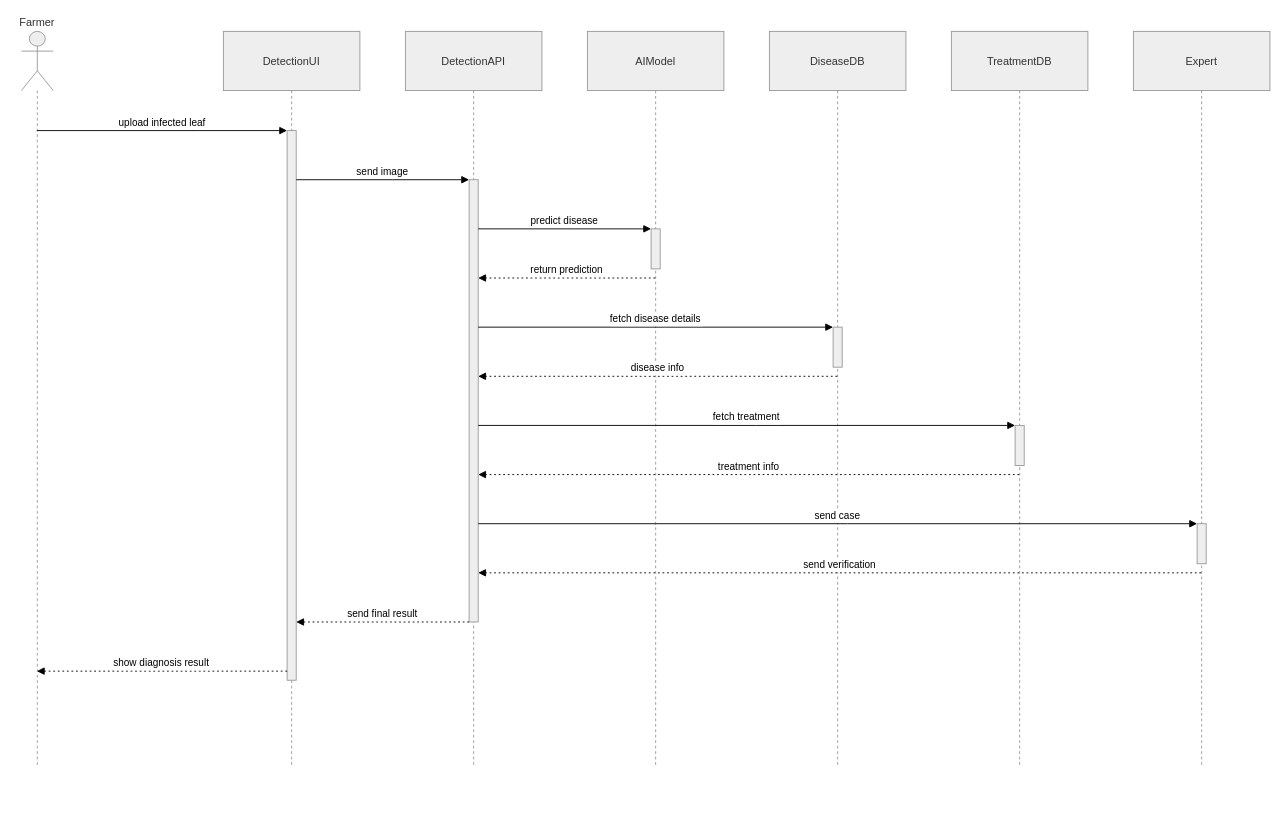
bidur7745/Drawio-Files keeps this draw.io diagram as final/Sequence Diagram — Disease Detection & Expert Verification.drawio. Above is the earlier version. Source tidied: cells renumbered, new cells numbered last; positions are measured from the earlier drawing's top-left corner, leaving out a move shared by most shapes. Both pictures are drawn from the tidied source at 91%, with x=0, y=0 at pixel (21, 31).
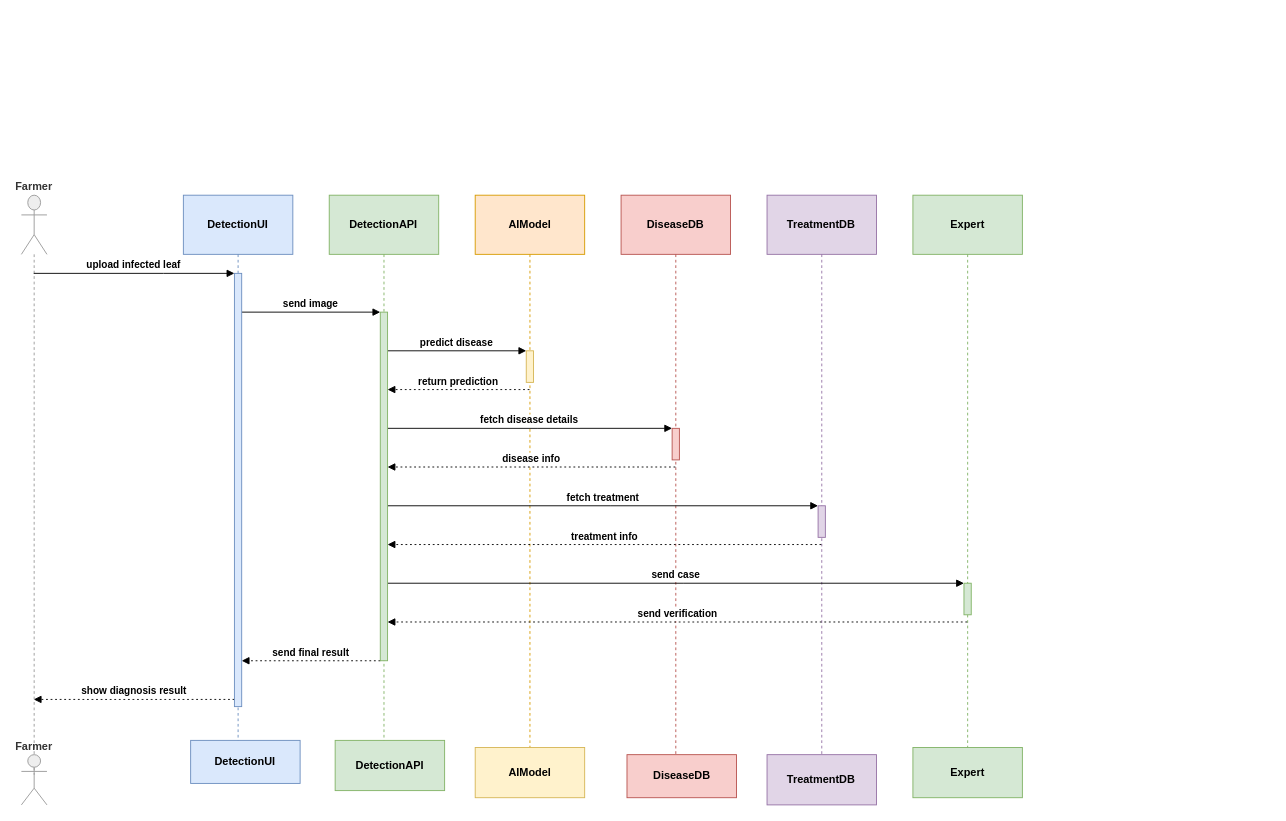
Above is the later version.

Diff of the diagram source:
```diff
@@
+    <mxCell id="27" style="group;" parent="1" vertex="1">
+      <mxGeometry y="180" width="1100" height="670" as="geometry" />
+    </mxCell>
-    <mxCell id="2" value="Farmer" style="shape=umlLifeline;perimeter=lifelinePerimeter;whiteSpace=wrap;outlineConnect=0;portConstraint=eastwest;newEdgeStyle={&quot;edgeStyle&quot;:&quot;elbowEdgeStyle&quot;,&quot;elbow&quot;:&quot;vertical&quot;,&quot;curved&quot;:0,&quot;rounded&quot;:0};participant=umlActor;verticalAlign=bottom;labelPosition=center;verticalLabelPosition=top;align=center;size=65;fillColor=light-dark(#eeeeee,#1f2020);strokeColor=light-dark(#999999,#cccccc);fontColor=light-dark(#333333,#cccccc);" parent="1" vertex="1">
-      <mxGeometry width="35" height="808" as="geometry" />
+    <mxCell id="2" value="Farmer" style="shape=umlLifeline;perimeter=lifelinePerimeter;whiteSpace=wrap;outlineConnect=0;portConstraint=eastwest;newEdgeStyle={&quot;edgeStyle&quot;:&quot;elbowEdgeStyle&quot;,&quot;elbow&quot;:&quot;vertical&quot;,&quot;curved&quot;:0,&quot;rounded&quot;:0};participant=umlActor;verticalAlign=bottom;labelPosition=center;verticalLabelPosition=top;align=center;size=65;fillColor=light-dark(#eeeeee,#1f2020);strokeColor=light-dark(#999999,#cccccc);fontColor=light-dark(#333333,#cccccc);fontStyle=1;" parent="27" vertex="1">
+      <mxGeometry width="28.1" height="636.9" as="geometry" />
     </mxCell>
-    <mxCell id="3" value="DetectionUI" style="shape=umlLifeline;perimeter=lifelinePerimeter;whiteSpace=wrap;newEdgeStyle={&quot;edgeStyle&quot;:&quot;elbowEdgeStyle&quot;,&quot;elbow&quot;:&quot;vertical&quot;,&quot;curved&quot;:0,&quot;rounded&quot;:0};size=65;fillColor=light-dark(#eeeeee,#1f2020);strokeColor=light-dark(#999999,#cccccc);fontColor=light-dark(#333333,#cccccc);" parent="1" vertex="1">
-      <mxGeometry x="222" width="150" height="808" as="geometry" />
-    </mxCell>
-    <mxCell id="4" style="points=[];perimeter=orthogonalPerimeter;outlineConnect=0;targetShapes=umlLifeline;portConstraint=eastwest;newEdgeStyle={&quot;edgeStyle&quot;:&quot;elbowEdgeStyle&quot;,&quot;elbow&quot;:&quot;vertical&quot;,&quot;curved&quot;:0,&quot;rounded&quot;:0};fillColor=light-dark(#eeeeee,#1f2020);strokeColor=light-dark(#999999,#cccccc);fontColor=light-dark(#333333,#cccccc);" parent="3" vertex="1">
-      <mxGeometry x="70" y="109" width="10" height="604" as="geometry" />
-    </mxCell>
-    <mxCell id="5" value="DetectionAPI" style="shape=umlLifeline;perimeter=lifelinePerimeter;whiteSpace=wrap;newEdgeStyle={&quot;edgeStyle&quot;:&quot;elbowEdgeStyle&quot;,&quot;elbow&quot;:&quot;vertical&quot;,&quot;curved&quot;:0,&quot;rounded&quot;:0};size=65;fillColor=light-dark(#eeeeee,#1f2020);strokeColor=light-dark(#999999,#cccccc);fontColor=light-dark(#333333,#cccccc);" parent="1" vertex="1">
-      <mxGeometry x="422" width="150" height="808" as="geometry" />
-    </mxCell>
-    <mxCell id="6" style="points=[];perimeter=orthogonalPerimeter;outlineConnect=0;targetShapes=umlLifeline;portConstraint=eastwest;newEdgeStyle={&quot;edgeStyle&quot;:&quot;elbowEdgeStyle&quot;,&quot;elbow&quot;:&quot;vertical&quot;,&quot;curved&quot;:0,&quot;rounded&quot;:0};fillColor=light-dark(#eeeeee,#1f2020);strokeColor=light-dark(#999999,#cccccc);fontColor=light-dark(#333333,#cccccc);" parent="5" vertex="1">
-      <mxGeometry x="70" y="163" width="10" height="486" as="geometry" />
-    </mxCell>
-    <mxCell id="7" value="AIModel" style="shape=umlLifeline;perimeter=lifelinePerimeter;whiteSpace=wrap;outlineConnect=0;portConstraint=eastwest;newEdgeStyle={&quot;edgeStyle&quot;:&quot;elbowEdgeStyle&quot;,&quot;elbow&quot;:&quot;vertical&quot;,&quot;curved&quot;:0,&quot;rounded&quot;:0};size=65;fillColor=light-dark(#eeeeee,#1f2020);strokeColor=light-dark(#999999,#cccccc);fontColor=light-dark(#333333,#cccccc);" parent="1" vertex="1">
-      <mxGeometry x="622" width="150" height="808" as="geometry" />
+    <mxCell id="7" value="AIModel" style="shape=umlLifeline;perimeter=lifelinePerimeter;whiteSpace=wrap;outlineConnect=0;portConstraint=eastwest;newEdgeStyle={&quot;edgeStyle&quot;:&quot;elbowEdgeStyle&quot;,&quot;elbow&quot;:&quot;vertical&quot;,&quot;curved&quot;:0,&quot;rounded&quot;:0};size=65;fillColor=#ffe6cc;strokeColor=#d79b00;fontStyle=1;" parent="27" vertex="1">
+      <mxGeometry x="498.7" width="120.3" height="636.9" as="geometry" />
     </mxCell>
-    <mxCell id="8" style="points=[];perimeter=orthogonalPerimeter;outlineConnect=0;targetShapes=umlLifeline;portConstraint=eastwest;newEdgeStyle={&quot;edgeStyle&quot;:&quot;elbowEdgeStyle&quot;,&quot;elbow&quot;:&quot;vertical&quot;,&quot;curved&quot;:0,&quot;rounded&quot;:0};fillColor=light-dark(#eeeeee,#1f2020);strokeColor=light-dark(#999999,#cccccc);fontColor=light-dark(#333333,#cccccc);" parent="7" vertex="1">
-      <mxGeometry x="70" y="217" width="10" height="44" as="geometry" />
+    <mxCell id="8" style="points=[];perimeter=orthogonalPerimeter;outlineConnect=0;targetShapes=umlLifeline;portConstraint=eastwest;newEdgeStyle={&quot;edgeStyle&quot;:&quot;elbowEdgeStyle&quot;,&quot;elbow&quot;:&quot;vertical&quot;,&quot;curved&quot;:0,&quot;rounded&quot;:0};fillColor=#fff2cc;strokeColor=#d6b656;fontStyle=1;" parent="7" vertex="1">
+      <mxGeometry x="56.1" y="171" width="8" height="34.7" as="geometry" />
     </mxCell>
-    <mxCell id="9" value="DiseaseDB" style="shape=umlLifeline;perimeter=lifelinePerimeter;whiteSpace=wrap;outlineConnect=0;portConstraint=eastwest;newEdgeStyle={&quot;edgeStyle&quot;:&quot;elbowEdgeStyle&quot;,&quot;elbow&quot;:&quot;vertical&quot;,&quot;curved&quot;:0,&quot;rounded&quot;:0};size=65;fillColor=light-dark(#eeeeee,#1f2020);strokeColor=light-dark(#999999,#cccccc);fontColor=light-dark(#333333,#cccccc);" parent="1" vertex="1">
-      <mxGeometry x="822" width="150" height="808" as="geometry" />
+    <mxCell id="9" value="DiseaseDB" style="shape=umlLifeline;perimeter=lifelinePerimeter;whiteSpace=wrap;outlineConnect=0;portConstraint=eastwest;newEdgeStyle={&quot;edgeStyle&quot;:&quot;elbowEdgeStyle&quot;,&quot;elbow&quot;:&quot;vertical&quot;,&quot;curved&quot;:0,&quot;rounded&quot;:0};size=65;fillColor=#f8cecc;strokeColor=#b85450;fontStyle=1;" parent="27" vertex="1">
+      <mxGeometry x="659" width="120.3" height="636.9" as="geometry" />
     </mxCell>
-    <mxCell id="10" style="points=[];perimeter=orthogonalPerimeter;outlineConnect=0;targetShapes=umlLifeline;portConstraint=eastwest;newEdgeStyle={&quot;edgeStyle&quot;:&quot;elbowEdgeStyle&quot;,&quot;elbow&quot;:&quot;vertical&quot;,&quot;curved&quot;:0,&quot;rounded&quot;:0};fillColor=light-dark(#eeeeee,#1f2020);strokeColor=light-dark(#999999,#cccccc);fontColor=light-dark(#333333,#cccccc);" parent="9" vertex="1">
-      <mxGeometry x="70" y="325" width="10" height="44" as="geometry" />
+    <mxCell id="10" style="points=[];perimeter=orthogonalPerimeter;outlineConnect=0;targetShapes=umlLifeline;portConstraint=eastwest;newEdgeStyle={&quot;edgeStyle&quot;:&quot;elbowEdgeStyle&quot;,&quot;elbow&quot;:&quot;vertical&quot;,&quot;curved&quot;:0,&quot;rounded&quot;:0};fillColor=#f8cecc;strokeColor=#b85450;fontStyle=1;" parent="9" vertex="1">
+      <mxGeometry x="56.1" y="256.2" width="8" height="34.7" as="geometry" />
     </mxCell>
-    <mxCell id="11" value="TreatmentDB" style="shape=umlLifeline;perimeter=lifelinePerimeter;whiteSpace=wrap;outlineConnect=0;portConstraint=eastwest;newEdgeStyle={&quot;edgeStyle&quot;:&quot;elbowEdgeStyle&quot;,&quot;elbow&quot;:&quot;vertical&quot;,&quot;curved&quot;:0,&quot;rounded&quot;:0};size=65;fillColor=light-dark(#eeeeee,#1f2020);strokeColor=light-dark(#999999,#cccccc);fontColor=light-dark(#333333,#cccccc);" parent="1" vertex="1">
-      <mxGeometry x="1022" width="150" height="808" as="geometry" />
+    <mxCell id="11" value="TreatmentDB" style="shape=umlLifeline;perimeter=lifelinePerimeter;whiteSpace=wrap;outlineConnect=0;portConstraint=eastwest;newEdgeStyle={&quot;edgeStyle&quot;:&quot;elbowEdgeStyle&quot;,&quot;elbow&quot;:&quot;vertical&quot;,&quot;curved&quot;:0,&quot;rounded&quot;:0};size=65;fillColor=#e1d5e7;strokeColor=#9673a6;fontStyle=1;" parent="27" vertex="1">
+      <mxGeometry x="819.4" width="120.3" height="636.9" as="geometry" />
     </mxCell>
-    <mxCell id="12" style="points=[];perimeter=orthogonalPerimeter;outlineConnect=0;targetShapes=umlLifeline;portConstraint=eastwest;newEdgeStyle={&quot;edgeStyle&quot;:&quot;elbowEdgeStyle&quot;,&quot;elbow&quot;:&quot;vertical&quot;,&quot;curved&quot;:0,&quot;rounded&quot;:0};fillColor=light-dark(#eeeeee,#1f2020);strokeColor=light-dark(#999999,#cccccc);fontColor=light-dark(#333333,#cccccc);" parent="11" vertex="1">
-      <mxGeometry x="70" y="433" width="10" height="44" as="geometry" />
+    <mxCell id="12" style="points=[];perimeter=orthogonalPerimeter;outlineConnect=0;targetShapes=umlLifeline;portConstraint=eastwest;newEdgeStyle={&quot;edgeStyle&quot;:&quot;elbowEdgeStyle&quot;,&quot;elbow&quot;:&quot;vertical&quot;,&quot;curved&quot;:0,&quot;rounded&quot;:0};fillColor=#e1d5e7;strokeColor=#9673a6;fontStyle=1;" parent="11" vertex="1">
+      <mxGeometry x="56.1" y="341.3" width="8" height="34.7" as="geometry" />
     </mxCell>
-    <mxCell id="13" value="Expert" style="shape=umlLifeline;perimeter=lifelinePerimeter;whiteSpace=wrap;outlineConnect=0;portConstraint=eastwest;newEdgeStyle={&quot;edgeStyle&quot;:&quot;elbowEdgeStyle&quot;,&quot;elbow&quot;:&quot;vertical&quot;,&quot;curved&quot;:0,&quot;rounded&quot;:0};size=65;fillColor=light-dark(#eeeeee,#1f2020);strokeColor=light-dark(#999999,#cccccc);fontColor=light-dark(#333333,#cccccc);" parent="1" vertex="1">
-      <mxGeometry x="1222" width="150" height="808" as="geometry" />
+    <mxCell id="13" value="Expert" style="shape=umlLifeline;perimeter=lifelinePerimeter;whiteSpace=wrap;outlineConnect=0;portConstraint=eastwest;newEdgeStyle={&quot;edgeStyle&quot;:&quot;elbowEdgeStyle&quot;,&quot;elbow&quot;:&quot;vertical&quot;,&quot;curved&quot;:0,&quot;rounded&quot;:0};size=65;fillColor=#d5e8d4;strokeColor=#82b366;fontStyle=1;" parent="27" vertex="1">
+      <mxGeometry x="979.7" width="120.3" height="636.9" as="geometry" />
     </mxCell>
-    <mxCell id="14" style="points=[];perimeter=orthogonalPerimeter;outlineConnect=0;targetShapes=umlLifeline;portConstraint=eastwest;newEdgeStyle={&quot;edgeStyle&quot;:&quot;elbowEdgeStyle&quot;,&quot;elbow&quot;:&quot;vertical&quot;,&quot;curved&quot;:0,&quot;rounded&quot;:0};fillColor=light-dark(#eeeeee,#1f2020);strokeColor=light-dark(#999999,#cccccc);fontColor=light-dark(#333333,#cccccc);" parent="13" vertex="1">
-      <mxGeometry x="70" y="541" width="10" height="44" as="geometry" />
+    <mxCell id="14" style="points=[];perimeter=orthogonalPerimeter;outlineConnect=0;targetShapes=umlLifeline;portConstraint=eastwest;newEdgeStyle={&quot;edgeStyle&quot;:&quot;elbowEdgeStyle&quot;,&quot;elbow&quot;:&quot;vertical&quot;,&quot;curved&quot;:0,&quot;rounded&quot;:0};fillColor=#d5e8d4;strokeColor=#82b366;fontStyle=1;" parent="13" vertex="1">
+      <mxGeometry x="56.1" y="426.4" width="8" height="34.7" as="geometry" />
     </mxCell>
-    <mxCell id="15" value="upload infected leaf" style="verticalAlign=bottom;edgeStyle=elbowEdgeStyle;elbow=vertical;curved=0;rounded=0;endArrow=block;" parent="1" edge="1" source="2" target="4">
+    <mxCell id="15" value="upload infected leaf" style="verticalAlign=bottom;edgeStyle=elbowEdgeStyle;elbow=vertical;curved=0;rounded=0;endArrow=block;fontStyle=1;" parent="27" edge="1" source="2" target="4">
       <mxGeometry relative="1" as="geometry">
         <Array as="points">
-          <mxPoint x="195" y="109" />
+          <mxPoint x="156.3" y="85.9" />
         </Array>
       </mxGeometry>
     </mxCell>
-    <mxCell id="16" value="send image" style="verticalAlign=bottom;edgeStyle=elbowEdgeStyle;elbow=vertical;curved=0;rounded=0;endArrow=block;" parent="1" edge="1" source="4" target="6">
+    <mxCell id="16" value="send image" style="verticalAlign=bottom;edgeStyle=elbowEdgeStyle;elbow=vertical;curved=0;rounded=0;endArrow=block;fontStyle=1;" parent="27" edge="1" source="4" target="6">
       <mxGeometry relative="1" as="geometry">
         <Array as="points">
-          <mxPoint x="408" y="163" />
+          <mxPoint x="327.1" y="128.5" />
         </Array>
       </mxGeometry>
     </mxCell>
-    <mxCell id="17" value="predict disease" style="verticalAlign=bottom;edgeStyle=elbowEdgeStyle;elbow=vertical;curved=0;rounded=0;endArrow=block;" parent="1" edge="1" source="6" target="8">
+    <mxCell id="17" value="predict disease" style="verticalAlign=bottom;edgeStyle=elbowEdgeStyle;elbow=vertical;curved=0;rounded=0;endArrow=block;fontStyle=1;" parent="27" edge="1" source="6" target="8">
       <mxGeometry relative="1" as="geometry">
         <Array as="points">
-          <mxPoint x="608" y="217" />
+          <mxPoint x="487.5" y="171" />
         </Array>
       </mxGeometry>
     </mxCell>
-    <mxCell id="18" value="return prediction" style="verticalAlign=bottom;edgeStyle=elbowEdgeStyle;elbow=vertical;curved=0;rounded=0;dashed=1;dashPattern=2 3;endArrow=block;" parent="1" edge="1" source="7" target="6">
+    <mxCell id="18" value="return prediction" style="verticalAlign=bottom;edgeStyle=elbowEdgeStyle;elbow=vertical;curved=0;rounded=0;dashed=1;dashPattern=2 3;endArrow=block;fontStyle=1;" parent="27" edge="1" source="7" target="6">
       <mxGeometry relative="1" as="geometry">
         <Array as="points">
-          <mxPoint x="609" y="271" />
+          <mxPoint x="488.3" y="213.6" />
         </Array>
       </mxGeometry>
     </mxCell>
-    <mxCell id="19" value="fetch disease details" style="verticalAlign=bottom;edgeStyle=elbowEdgeStyle;elbow=vertical;curved=0;rounded=0;endArrow=block;" parent="1" edge="1" source="6" target="10">
+    <mxCell id="19" value="fetch disease details" style="verticalAlign=bottom;edgeStyle=elbowEdgeStyle;elbow=vertical;curved=0;rounded=0;endArrow=block;fontStyle=1;" parent="27" edge="1" source="6" target="10">
       <mxGeometry relative="1" as="geometry">
         <Array as="points">
-          <mxPoint x="708" y="325" />
+          <mxPoint x="567.6" y="256.2" />
         </Array>
       </mxGeometry>
     </mxCell>
-    <mxCell id="20" value="disease info" style="verticalAlign=bottom;edgeStyle=elbowEdgeStyle;elbow=vertical;curved=0;rounded=0;dashed=1;dashPattern=2 3;endArrow=block;" parent="1" edge="1" source="9" target="6">
+    <mxCell id="20" value="disease info" style="verticalAlign=bottom;edgeStyle=elbowEdgeStyle;elbow=vertical;curved=0;rounded=0;dashed=1;dashPattern=2 3;endArrow=block;fontStyle=1;" parent="27" edge="1" source="9" target="6">
       <mxGeometry relative="1" as="geometry">
         <Array as="points">
-          <mxPoint x="709" y="379" />
+          <mxPoint x="568.4" y="298.7" />
         </Array>
       </mxGeometry>
     </mxCell>
-    <mxCell id="21" value="fetch treatment" style="verticalAlign=bottom;edgeStyle=elbowEdgeStyle;elbow=vertical;curved=0;rounded=0;endArrow=block;" parent="1" edge="1" source="6" target="12">
+    <mxCell id="21" value="fetch treatment" style="verticalAlign=bottom;edgeStyle=elbowEdgeStyle;elbow=vertical;curved=0;rounded=0;endArrow=block;fontStyle=1;" parent="27" edge="1" source="6" target="12">
       <mxGeometry relative="1" as="geometry">
         <Array as="points">
-          <mxPoint x="808" y="433" />
+          <mxPoint x="647.8" y="341.3" />
         </Array>
       </mxGeometry>
     </mxCell>
-    <mxCell id="22" value="treatment info" style="verticalAlign=bottom;edgeStyle=elbowEdgeStyle;elbow=vertical;curved=0;rounded=0;dashed=1;dashPattern=2 3;endArrow=block;" parent="1" edge="1" source="11" target="6">
+    <mxCell id="22" value="treatment info" style="verticalAlign=bottom;edgeStyle=elbowEdgeStyle;elbow=vertical;curved=0;rounded=0;dashed=1;dashPattern=2 3;endArrow=block;fontStyle=1;" parent="27" edge="1" source="11" target="6">
       <mxGeometry relative="1" as="geometry">
         <Array as="points">
-          <mxPoint x="809" y="487" />
+          <mxPoint x="648.6" y="383.9" />
         </Array>
       </mxGeometry>
     </mxCell>
-    <mxCell id="23" value="send case" style="verticalAlign=bottom;edgeStyle=elbowEdgeStyle;elbow=vertical;curved=0;rounded=0;endArrow=block;" parent="1" edge="1" source="6" target="14">
+    <mxCell id="23" value="send case" style="verticalAlign=bottom;edgeStyle=elbowEdgeStyle;elbow=vertical;curved=0;rounded=0;endArrow=block;fontStyle=1;" parent="27" edge="1" source="6" target="14">
       <mxGeometry relative="1" as="geometry">
         <Array as="points">
-          <mxPoint x="908" y="541" />
+          <mxPoint x="728" y="426.4" />
         </Array>
       </mxGeometry>
     </mxCell>
-    <mxCell id="24" value="send verification" style="verticalAlign=bottom;edgeStyle=elbowEdgeStyle;elbow=vertical;curved=0;rounded=0;dashed=1;dashPattern=2 3;endArrow=block;" parent="1" edge="1" source="13" target="6">
+    <mxCell id="24" value="send verification" style="verticalAlign=bottom;edgeStyle=elbowEdgeStyle;elbow=vertical;curved=0;rounded=0;dashed=1;dashPattern=2 3;endArrow=block;fontStyle=1;" parent="27" edge="1" source="13" target="6">
       <mxGeometry relative="1" as="geometry">
         <Array as="points">
-          <mxPoint x="909" y="595" />
+          <mxPoint x="728.8" y="469" />
         </Array>
       </mxGeometry>
     </mxCell>
-    <mxCell id="25" value="send final result" style="verticalAlign=bottom;edgeStyle=elbowEdgeStyle;elbow=vertical;curved=0;rounded=0;dashed=1;dashPattern=2 3;endArrow=block;" parent="1" edge="1" source="6" target="4">
+    <mxCell id="25" value="send final result" style="verticalAlign=bottom;edgeStyle=elbowEdgeStyle;elbow=vertical;curved=0;rounded=0;dashed=1;dashPattern=2 3;endArrow=block;fontStyle=1;" parent="27" edge="1" source="6" target="4">
       <mxGeometry relative="1" as="geometry">
         <Array as="points">
-          <mxPoint x="409" y="649" />
+          <mxPoint x="327.9" y="511.6" />
         </Array>
       </mxGeometry>
     </mxCell>
-    <mxCell id="26" value="show diagnosis result" style="verticalAlign=bottom;edgeStyle=elbowEdgeStyle;elbow=vertical;curved=0;rounded=0;dashed=1;dashPattern=2 3;endArrow=block;" parent="1" edge="1" source="4" target="2">
+    <mxCell id="26" value="show diagnosis result" style="verticalAlign=bottom;edgeStyle=elbowEdgeStyle;elbow=vertical;curved=0;rounded=0;dashed=1;dashPattern=2 3;endArrow=block;fontStyle=1;" parent="27" edge="1" source="4" target="2">
       <mxGeometry relative="1" as="geometry">
         <Array as="points">
-          <mxPoint x="196" y="703" />
+          <mxPoint x="157.1" y="554.1" />
         </Array>
       </mxGeometry>
     </mxCell>
+    <mxCell id="28" value="AIModel" style="shape=umlLifeline;perimeter=lifelinePerimeter;whiteSpace=wrap;newEdgeStyle={&quot;edgeStyle&quot;:&quot;elbowEdgeStyle&quot;,&quot;elbow&quot;:&quot;vertical&quot;,&quot;curved&quot;:0,&quot;rounded&quot;:0};size=65;fillColor=#fff2cc;strokeColor=#d6b656;fontStyle=1;" parent="27" vertex="1">
+      <mxGeometry x="498.7" y="606.9" width="120.3" height="55.2" as="geometry" />
+    </mxCell>
+    <mxCell id="29" value="DiseaseDB" style="shape=umlLifeline;perimeter=lifelinePerimeter;whiteSpace=wrap;newEdgeStyle={&quot;edgeStyle&quot;:&quot;elbowEdgeStyle&quot;,&quot;elbow&quot;:&quot;vertical&quot;,&quot;curved&quot;:0,&quot;rounded&quot;:0};size=65;fillColor=#f8cecc;strokeColor=#b85450;fontStyle=1;" parent="27" vertex="1">
+      <mxGeometry x="665.5" y="614.8" width="120.3" height="47.3" as="geometry" />
+    </mxCell>
+    <mxCell id="30" value="TreatmentDB" style="shape=umlLifeline;perimeter=lifelinePerimeter;whiteSpace=wrap;newEdgeStyle={&quot;edgeStyle&quot;:&quot;elbowEdgeStyle&quot;,&quot;elbow&quot;:&quot;vertical&quot;,&quot;curved&quot;:0,&quot;rounded&quot;:0};size=65;fillColor=#e1d5e7;strokeColor=#9673a6;fontStyle=1;" parent="27" vertex="1">
+      <mxGeometry x="819.4" y="614.8" width="120.3" height="55.2" as="geometry" />
+    </mxCell>
+    <mxCell id="31" value="Expert" style="shape=umlLifeline;perimeter=lifelinePerimeter;whiteSpace=wrap;newEdgeStyle={&quot;edgeStyle&quot;:&quot;elbowEdgeStyle&quot;,&quot;elbow&quot;:&quot;vertical&quot;,&quot;curved&quot;:0,&quot;rounded&quot;:0};size=65;fillColor=#d5e8d4;strokeColor=#82b366;fontStyle=1;" parent="27" vertex="1">
+      <mxGeometry x="979.7" y="606.9" width="120.3" height="55.2" as="geometry" />
+    </mxCell>
+    <mxCell id="32" value="Farmer" style="shape=umlLifeline;perimeter=lifelinePerimeter;whiteSpace=wrap;newEdgeStyle={&quot;edgeStyle&quot;:&quot;elbowEdgeStyle&quot;,&quot;elbow&quot;:&quot;vertical&quot;,&quot;curved&quot;:0,&quot;rounded&quot;:0};participant=umlActor;verticalAlign=bottom;labelPosition=center;verticalLabelPosition=top;align=center;size=65;fillColor=light-dark(#eeeeee,#1f2020);strokeColor=light-dark(#999999,#cccccc);fontColor=light-dark(#333333,#cccccc);fontStyle=1;" parent="27" vertex="1">
+      <mxGeometry y="614.8" width="28.1" height="55.2" as="geometry" />
+    </mxCell>
+    <mxCell id="3" value="DetectionUI" style="shape=umlLifeline;perimeter=lifelinePerimeter;whiteSpace=wrap;newEdgeStyle={&quot;edgeStyle&quot;:&quot;elbowEdgeStyle&quot;,&quot;elbow&quot;:&quot;vertical&quot;,&quot;curved&quot;:0,&quot;rounded&quot;:0};size=65;fillColor=#dae8fc;strokeColor=#6c8ebf;fontStyle=1;" parent="27" vertex="1">
+      <mxGeometry x="178" width="120.3" height="636.9" as="geometry" />
+    </mxCell>
+    <mxCell id="4" style="points=[];perimeter=orthogonalPerimeter;outlineConnect=0;targetShapes=umlLifeline;portConstraint=eastwest;newEdgeStyle={&quot;edgeStyle&quot;:&quot;elbowEdgeStyle&quot;,&quot;elbow&quot;:&quot;vertical&quot;,&quot;curved&quot;:0,&quot;rounded&quot;:0};fillColor=#dae8fc;strokeColor=#6c8ebf;fontStyle=1;" parent="3" vertex="1">
+      <mxGeometry x="56.1" y="85.9" width="8" height="476.1" as="geometry" />
+    </mxCell>
+    <mxCell id="33" value="DetectionUI" style="shape=umlLifeline;perimeter=lifelinePerimeter;whiteSpace=wrap;newEdgeStyle={&quot;edgeStyle&quot;:&quot;elbowEdgeStyle&quot;,&quot;elbow&quot;:&quot;vertical&quot;,&quot;curved&quot;:0,&quot;rounded&quot;:0};size=65;fillColor=#dae8fc;strokeColor=#6c8ebf;fontStyle=1;" parent="27" vertex="1">
+      <mxGeometry x="186" y="599.1" width="120.3" height="47.3" as="geometry" />
+    </mxCell>
+    <mxCell id="5" value="DetectionAPI" style="shape=umlLifeline;perimeter=lifelinePerimeter;whiteSpace=wrap;newEdgeStyle={&quot;edgeStyle&quot;:&quot;elbowEdgeStyle&quot;,&quot;elbow&quot;:&quot;vertical&quot;,&quot;curved&quot;:0,&quot;rounded&quot;:0};size=65;fillColor=#d5e8d4;strokeColor=#82b366;fontStyle=1;" parent="27" vertex="1">
+      <mxGeometry x="338.3" width="120.3" height="636.9" as="geometry" />
+    </mxCell>
+    <mxCell id="6" style="points=[];perimeter=orthogonalPerimeter;outlineConnect=0;targetShapes=umlLifeline;portConstraint=eastwest;newEdgeStyle={&quot;edgeStyle&quot;:&quot;elbowEdgeStyle&quot;,&quot;elbow&quot;:&quot;vertical&quot;,&quot;curved&quot;:0,&quot;rounded&quot;:0};fillColor=#d5e8d4;strokeColor=#82b366;fontStyle=1;" parent="5" vertex="1">
+      <mxGeometry x="56.1" y="128.5" width="8" height="383.1" as="geometry" />
+    </mxCell>
+    <mxCell id="34" value="DetectionAPI" style="shape=umlLifeline;perimeter=lifelinePerimeter;whiteSpace=wrap;newEdgeStyle={&quot;edgeStyle&quot;:&quot;elbowEdgeStyle&quot;,&quot;elbow&quot;:&quot;vertical&quot;,&quot;curved&quot;:0,&quot;rounded&quot;:0};size=65;fillColor=#d5e8d4;strokeColor=#82b366;fontStyle=1;" parent="27" vertex="1">
+      <mxGeometry x="344.8" y="599.1" width="120.3" height="55.2" as="geometry" />
+    </mxCell>
```
